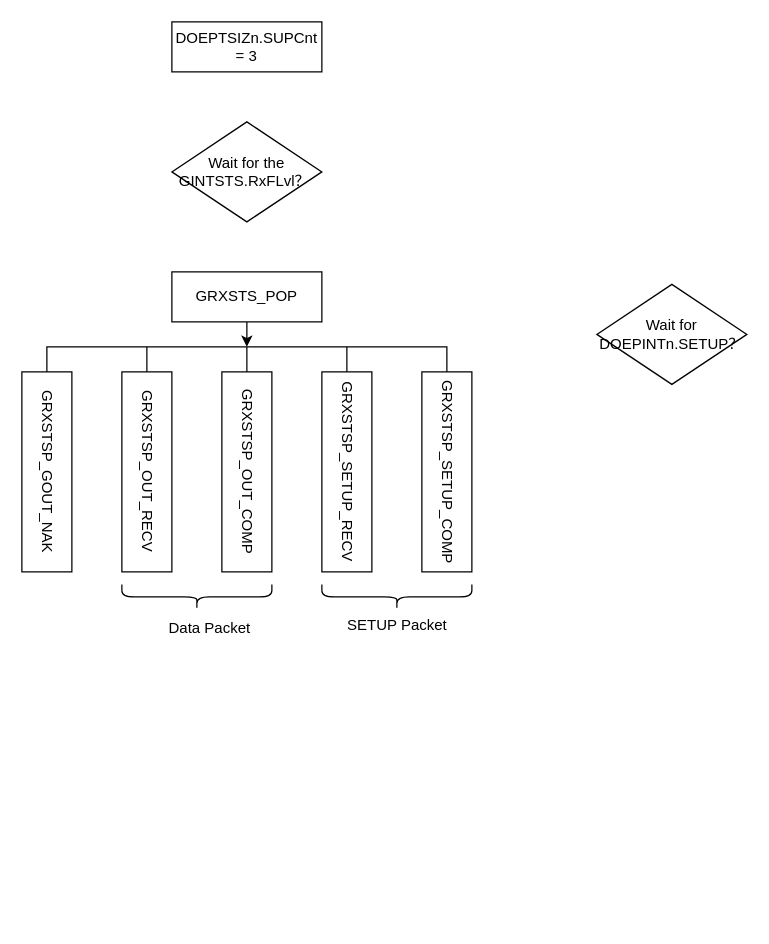
This is DWC2 控制传输流程.drawio from Vinson-001/Blog-flow-chart, a draw.io file, before an edit. Source tidied: cells renumbered, new cells numbered last; positions are measured from the earlier drawing's top-left corner, leaving out a move shared by most shapes. Both pictures are drawn from the tidied source at 125%, with x=0, y=0 at pixel (21, 21).
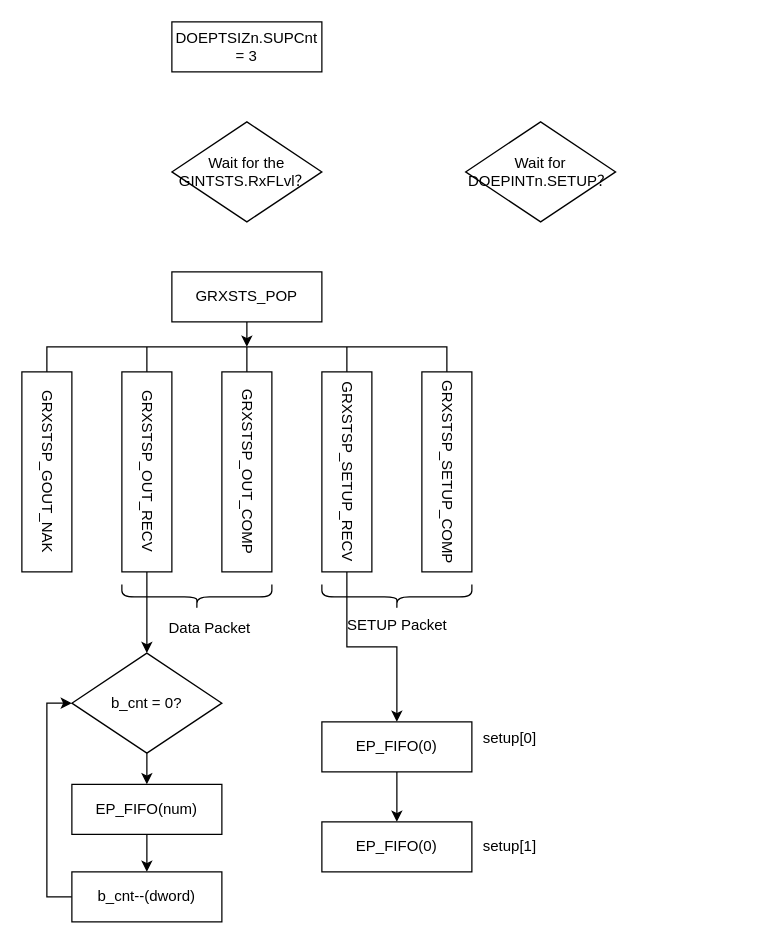
After the change.

Commit message (it also covers changes not shown here):
更新DWC2 控制传输流程.drawio

Unchanged cells that the change refers to:
```xml
<mxCell id="10" value="&lt;div&gt;&lt;span style=&quot;font-family: Arial;&quot;&gt;&lt;font style=&quot;font-size: 12px;&quot;&gt;GRXSTSP_OUT_RECV&lt;/font&gt;&lt;/span&gt;&lt;/div&gt;" style="rounded=0;whiteSpace=wrap;html=1;direction=north;horizontal=1;textDirection=vertical-lr;" parent="1" vertex="1">
  <mxGeometry x="80" y="280" width="40" height="160" as="geometry" />
</mxCell>
<mxCell id="14" value="&lt;div&gt;&lt;span style=&quot;font-family: Arial;&quot;&gt;&lt;font style=&quot;font-size: 12px;&quot;&gt;GRXSTSP_SETUP_RECV&lt;/font&gt;&lt;/span&gt;&lt;/div&gt;" style="rounded=0;whiteSpace=wrap;html=1;direction=south;textDirection=vertical-lr;" parent="1" vertex="1">
  <mxGeometry x="240" y="280" width="40" height="160" as="geometry" />
</mxCell>
```

Diff of the diagram source:
```diff
@@
     <mxCell id="3" value="&lt;div&gt;&lt;span style=&quot;font-family: Arial;&quot;&gt;&lt;font style=&quot;font-size: 12px;&quot;&gt;Wait for DOEPINTn.SETUP？&lt;/font&gt;&lt;/span&gt;&lt;/div&gt;" style="rhombus;whiteSpace=wrap;html=1;" parent="1" vertex="1">
-      <mxGeometry x="460" y="210" width="120" height="80" as="geometry" />
+      <mxGeometry x="355" y="80" width="120" height="80" as="geometry" />
     </mxCell>
@@
+    <mxCell id="20" style="edgeStyle=orthogonalEdgeStyle;rounded=0;jettySize=auto;html=1;exitX=0;exitY=0.5;exitDx=0;exitDy=0;entryX=0.5;entryY=0;entryDx=0;entryDy=0;" parent="1" edge="1" source="10" target="25">
+      <mxGeometry relative="1" as="geometry" />
+    </mxCell>
@@
+    <mxCell id="21" style="edgeStyle=orthogonalEdgeStyle;rounded=0;jettySize=auto;html=1;exitX=1;exitY=0.5;exitDx=0;exitDy=0;" parent="1" edge="1" source="14" target="29">
+      <mxGeometry relative="1" as="geometry" />
+    </mxCell>
@@
+    <mxCell id="22" style="edgeStyle=orthogonalEdgeStyle;rounded=0;jettySize=auto;html=1;exitX=0.5;exitY=1;exitDx=0;exitDy=0;entryX=0.5;entryY=0;entryDx=0;entryDy=0;" parent="1" edge="1" source="23" target="27">
+      <mxGeometry relative="1" as="geometry" />
+    </mxCell>
+    <mxCell id="23" value="&lt;font face=&quot;Arial&quot;&gt;EP_FIFO(num)&lt;/font&gt;" style="rounded=0;whiteSpace=wrap;html=1;" parent="1" vertex="1">
+      <mxGeometry x="40" y="610" width="120" height="40" as="geometry" />
+    </mxCell>
+    <mxCell id="24" style="edgeStyle=orthogonalEdgeStyle;rounded=0;jettySize=auto;html=1;exitX=0.5;exitY=1;exitDx=0;exitDy=0;entryX=0.5;entryY=0;entryDx=0;entryDy=0;" parent="1" edge="1" source="25" target="23">
+      <mxGeometry relative="1" as="geometry" />
+    </mxCell>
+    <mxCell id="25" value="&lt;div&gt;&lt;font style=&quot;font-size: 12px;&quot;&gt;&lt;span style=&quot;font-family: 宋体;&quot;&gt; &lt;/span&gt;&lt;span style=&quot;font-family: &amp;quot;Book Antiqua&amp;quot;;&quot;&gt;b_cnt = 0?&lt;/span&gt;&lt;/font&gt;&lt;/div&gt;" style="rhombus;whiteSpace=wrap;html=1;" parent="1" vertex="1">
+      <mxGeometry x="40" y="505" width="120" height="80" as="geometry" />
+    </mxCell>
+    <mxCell id="26" style="edgeStyle=orthogonalEdgeStyle;rounded=0;jettySize=auto;html=1;exitX=0;exitY=0.5;exitDx=0;exitDy=0;entryX=0;entryY=0.5;entryDx=0;entryDy=0;" parent="1" edge="1" source="27" target="25">
+      <mxGeometry relative="1" as="geometry" />
+    </mxCell>
+    <mxCell id="27" value="&lt;font face=&quot;Arial&quot;&gt;b_cnt--(dword)&lt;/font&gt;" style="rounded=0;whiteSpace=wrap;html=1;" parent="1" vertex="1">
+      <mxGeometry x="40" y="680" width="120" height="40" as="geometry" />
+    </mxCell>
+    <mxCell id="28" style="edgeStyle=orthogonalEdgeStyle;rounded=0;jettySize=auto;html=1;exitX=0.5;exitY=1;exitDx=0;exitDy=0;entryX=0.5;entryY=0;entryDx=0;entryDy=0;" parent="1" edge="1" source="29" target="30">
+      <mxGeometry relative="1" as="geometry" />
+    </mxCell>
+    <mxCell id="29" value="&lt;font face=&quot;Arial&quot;&gt;EP_FIFO(0)&lt;/font&gt;" style="rounded=0;whiteSpace=wrap;html=1;" parent="1" vertex="1">
+      <mxGeometry x="240" y="560" width="120" height="40" as="geometry" />
+    </mxCell>
+    <mxCell id="30" value="&lt;font face=&quot;Arial&quot;&gt;EP_FIFO(0)&lt;/font&gt;" style="rounded=0;whiteSpace=wrap;html=1;" parent="1" vertex="1">
+      <mxGeometry x="240" y="640" width="120" height="40" as="geometry" />
+    </mxCell>
+    <mxCell id="31" value="setup[0]" style="text;html=1;align=center;verticalAlign=middle;strokeColor=none;fillColor=none;" parent="1" vertex="1">
+      <mxGeometry x="355" y="558" width="70" height="30" as="geometry" />
+    </mxCell>
+    <mxCell id="32" value="setup[1]" style="text;html=1;align=center;verticalAlign=middle;strokeColor=none;fillColor=none;" parent="1" vertex="1">
+      <mxGeometry x="355" y="645" width="70" height="30" as="geometry" />
+    </mxCell>
```
